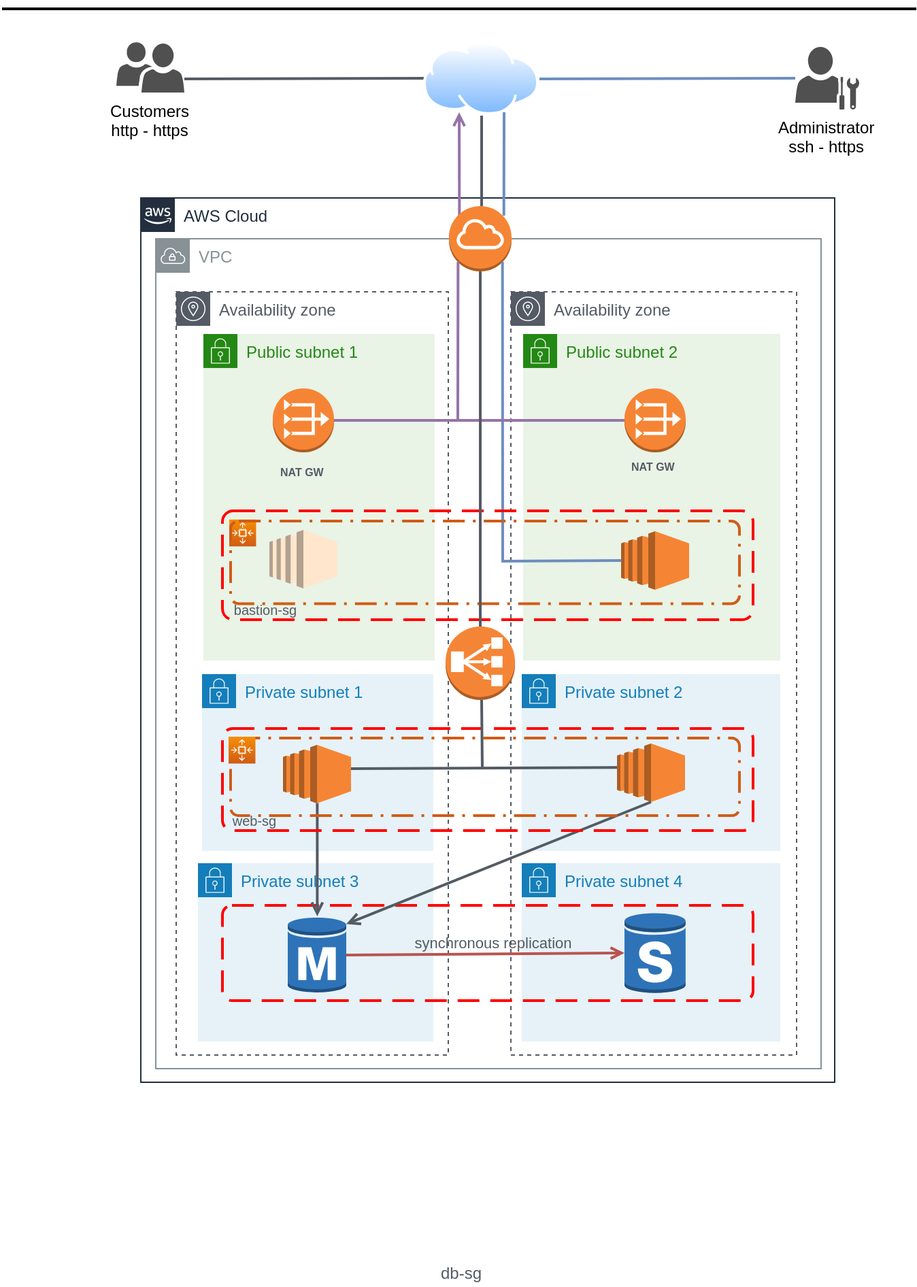
The draw.io diagram images/diagram.png in Maxltrm/three-tier-aws-cf-template, before a commit. Source tidied: cells renumbered, new cells last; positions are measured from the earlier drawing's top-left corner, leaving out a move shared by most shapes.
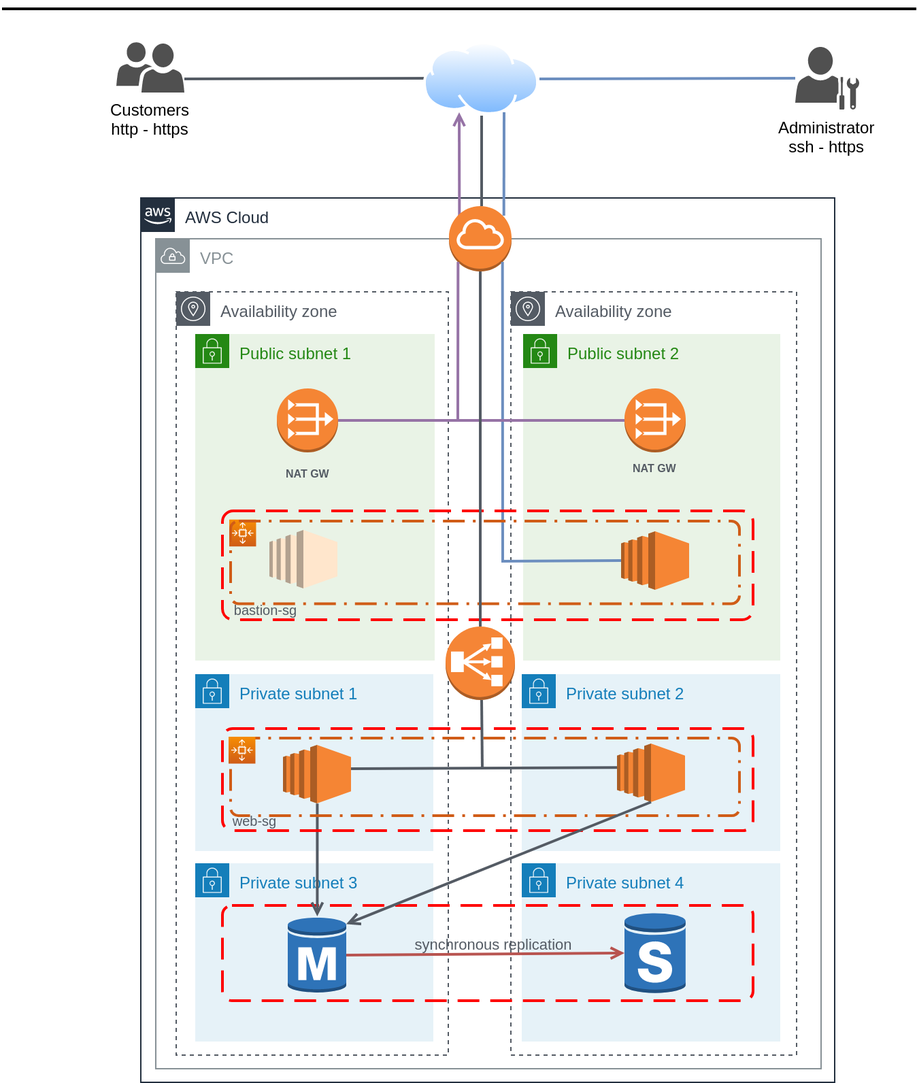
Later version of the same file.

The edit, as a diff of the source:
```diff
@@ -51,17 +51,14 @@
     <mxCell id="13" style="outlineConnect=0;dashed=0;verticalLabelPosition=bottom;verticalAlign=top;align=center;html=1;shape=mxgraph.aws3.internet_gateway;fillColor=#F58534;gradientColor=none;" parent="1" vertex="1">
       <mxGeometry x="328.5" y="150" width="46" height="48" as="geometry" />
     </mxCell>
-    <mxCell id="14" value="db-sg" style="text;html=1;strokeColor=none;fillColor=none;align=center;verticalAlign=middle;whiteSpace=wrap;rounded=0;fontColor=#545B64;" parent="1" vertex="1">
-      <mxGeometry x="292" y="924" width="90" height="20" as="geometry" />
-    </mxCell>
     <mxCell id="15" value="Availability zone" style="gradientColor=none;html=1;whiteSpace=wrap;fontSize=12;fontStyle=0;shape=mxgraph.aws4.group;grIcon=mxgraph.aws4.group_availability_zone;strokeColor=#545B64;fillColor=none;verticalAlign=top;align=left;spacingLeft=30;fontColor=#545B64;dashed=1;" parent="1" vertex="1">
       <mxGeometry x="128" y="213" width="200" height="561" as="geometry" />
     </mxCell>
     <mxCell id="16" value="Public subnet 1" style="gradientColor=none;html=1;whiteSpace=wrap;fontSize=12;fontStyle=0;shape=mxgraph.aws4.group;grIcon=mxgraph.aws4.group_security_group;grStroke=0;strokeColor=#248814;fillColor=#E9F3E6;verticalAlign=top;align=left;spacingLeft=30;fontColor=#248814;dashed=0;" parent="1" vertex="1">
-      <mxGeometry x="148" y="244" width="170" height="240" as="geometry" />
+      <mxGeometry x="142" y="244" width="176" height="240" as="geometry" />
     </mxCell>
     <mxCell id="17" value="Private subnet 1" style="gradientColor=none;html=1;whiteSpace=wrap;fontSize=12;fontStyle=0;shape=mxgraph.aws4.group;grIcon=mxgraph.aws4.group_security_group;grStroke=0;strokeColor=#147EBA;fillColor=#E6F2F8;verticalAlign=top;align=left;spacingLeft=30;fontColor=#147EBA;dashed=0;" parent="1" vertex="1">
-      <mxGeometry x="147" y="494" width="170" height="130" as="geometry" />
+      <mxGeometry x="142" y="494" width="175" height="130" as="geometry" />
     </mxCell>
     <mxCell id="18" value="Availability zone" style="gradientColor=none;html=1;whiteSpace=wrap;fontSize=12;fontStyle=0;shape=mxgraph.aws4.group;grIcon=mxgraph.aws4.group_availability_zone;strokeColor=#545B64;fillColor=none;verticalAlign=top;align=left;spacingLeft=30;fontColor=#545B64;dashed=1;" parent="1" vertex="1">
       <mxGeometry x="374" y="213" width="210" height="561" as="geometry" />
@@ -76,7 +73,7 @@
       <mxGeometry x="326" y="459" width="51" height="54" as="geometry" />
     </mxCell>
     <mxCell id="22" value="&lt;font color=&quot;#545b64&quot; style=&quot;font-size: 8px&quot;&gt;NAT GW&lt;/font&gt;" style="outlineConnect=0;dashed=0;verticalLabelPosition=bottom;verticalAlign=top;align=center;html=1;shape=mxgraph.aws3.vpc_nat_gateway;fillColor=#F58534;gradientColor=none;fontStyle=1;" parent="1" vertex="1">
-      <mxGeometry x="199" y="284" width="45" height="47" as="geometry" />
+      <mxGeometry x="202" y="284" width="45" height="47" as="geometry" />
     </mxCell>
     <mxCell id="23" value="&lt;font color=&quot;#545b64&quot; style=&quot;font-size: 8px;&quot;&gt;NAT GW&lt;/font&gt;" style="outlineConnect=0;dashed=0;verticalLabelPosition=bottom;verticalAlign=top;align=center;html=1;shape=mxgraph.aws3.vpc_nat_gateway;fillColor=#F58534;gradientColor=none;fontSize=8;fontStyle=1;" parent="1" vertex="1">
       <mxGeometry x="457.5" y="284" width="45" height="47" as="geometry" />
@@ -124,7 +121,7 @@
       </mxGeometry>
     </mxCell>
     <mxCell id="34" value="Private subnet 3" style="gradientColor=none;html=1;whiteSpace=wrap;fontSize=12;fontStyle=0;shape=mxgraph.aws4.group;grIcon=mxgraph.aws4.group_security_group;grStroke=0;strokeColor=#147EBA;fillColor=#E6F2F8;verticalAlign=top;align=left;spacingLeft=30;fontColor=#147EBA;dashed=0;" parent="1" vertex="1">
-      <mxGeometry x="144" y="633" width="173" height="131" as="geometry" />
+      <mxGeometry x="142" y="633" width="175" height="131" as="geometry" />
     </mxCell>
     <mxCell id="35" value="Private subnet 4" style="gradientColor=none;html=1;whiteSpace=wrap;fontSize=12;fontStyle=0;shape=mxgraph.aws4.group;grIcon=mxgraph.aws4.group_security_group;grStroke=0;strokeColor=#147EBA;fillColor=#E6F2F8;verticalAlign=top;align=left;spacingLeft=30;fontColor=#147EBA;dashed=0;" parent="1" vertex="1">
       <mxGeometry x="382" y="633" width="190" height="131" as="geometry" />
@@ -153,9 +150,6 @@
     <mxCell id="42" style="edgeStyle=orthogonalEdgeStyle;rounded=0;jettySize=auto;html=1;strokeColor=#545B64;strokeWidth=2;endFill=0;endArrow=open;startArrow=none;startFill=0;exitX=0.5;exitY=1;exitDx=0;exitDy=0;exitPerimeter=0;" parent="1" edge="1" source="31" target="39">
       <mxGeometry relative="1" as="geometry" />
     </mxCell>
-    <mxCell id="43" style="endArrow=open;html=1;fontSize=11;exitX=0.5;exitY=1;exitDx=0;exitDy=0;exitPerimeter=0;entryX=1;entryY=0.1;entryDx=0;entryDy=0;entryPerimeter=0;strokeColor=#545B64;rounded=0;strokeWidth=2;endFill=0;" parent="1" edge="1" source="32" target="39">
-      <mxGeometry relative="1" as="geometry" />
-    </mxCell>
     <mxCell id="44" style="group;" parent="1" vertex="1">
       <mxGeometry x="162" y="534" width="390" height="75" as="geometry" />
     </mxCell>
@@ -194,5 +188,11 @@
         <mxPoint x="352.5" y="513" as="targetPoint" />
       </mxGeometry>
     </mxCell>
+    <mxCell id="55" style="endArrow=open;html=1;fontSize=11;exitX=0.5;exitY=1;exitDx=0;exitDy=0;exitPerimeter=0;entryX=1;entryY=0.1;entryDx=0;entryDy=0;entryPerimeter=0;strokeColor=#545B64;rounded=0;strokeWidth=2;endFill=0;" parent="1" edge="1">
+      <mxGeometry relative="1" as="geometry">
+        <mxPoint x="477" y="588" as="sourcePoint" />
+        <mxPoint x="253" y="677.7" as="targetPoint" />
+      </mxGeometry>
+    </mxCell>
   </root>
 </mxGraphModel>
```
